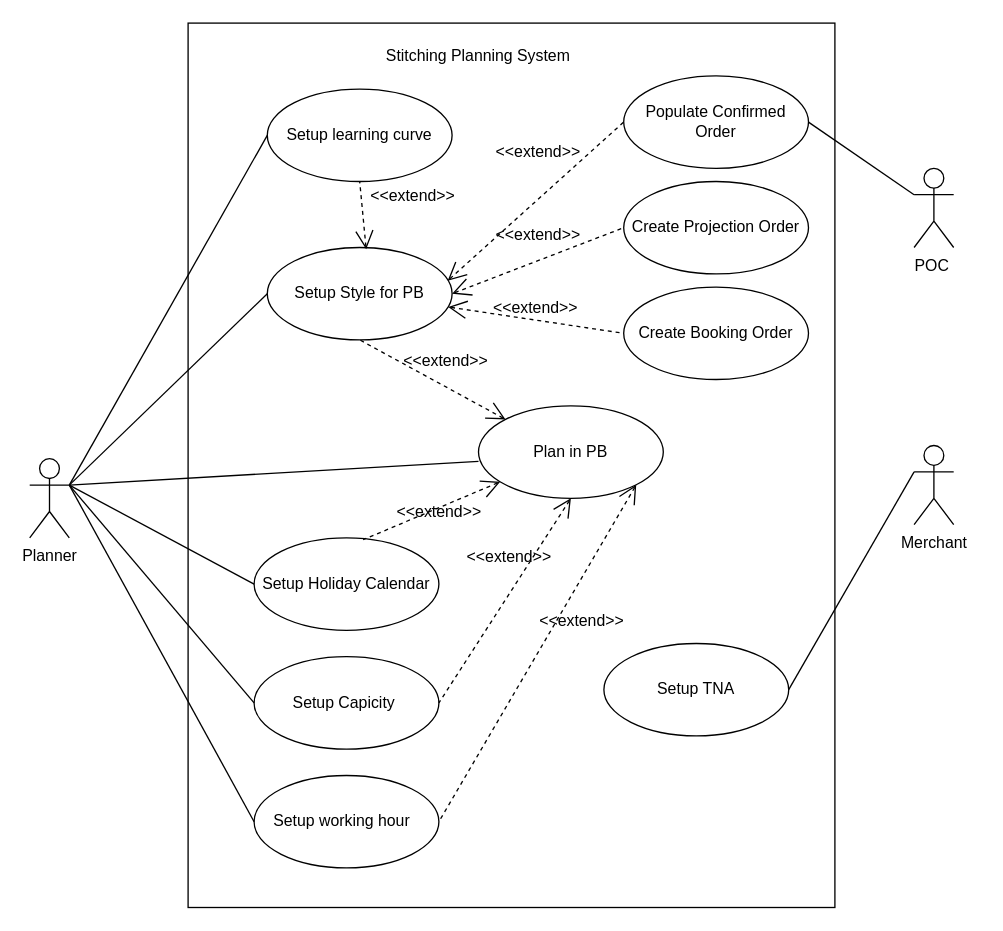
The draw.io diagram Docs/use case/Stitching Plainning Use Case.drawio in sadmanfatin/Stitching-planning-Project-Docs, before the edit. Source tidied: cells renumbered, new cells numbered last; positions are measured from the earlier drawing's top-left corner, leaving out a move shared by most shapes. Both pictures are drawn from the tidied source at 132%, with x=0, y=0 at pixel (29, 22).
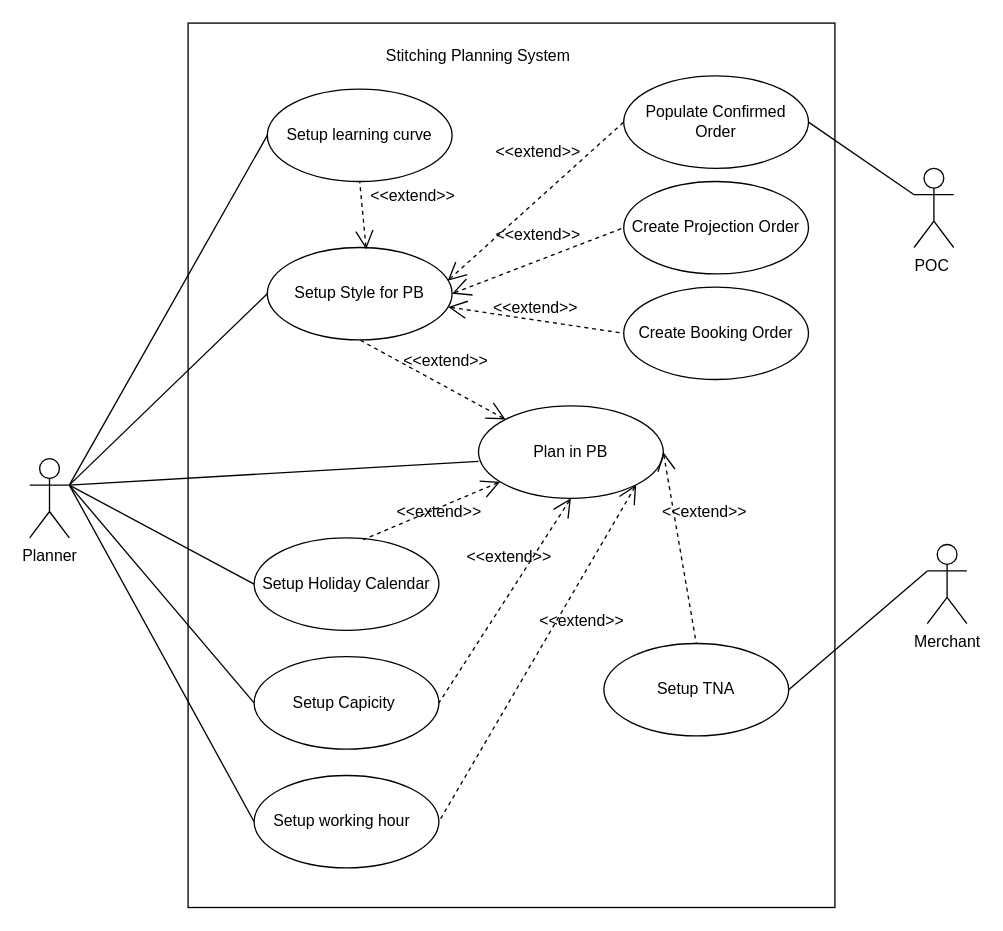
The same page after the edit.

The change refers to these unchanged cells:
```xml
<mxCell id="6" value="Plan in PB" style="ellipse;whiteSpace=wrap;html=1;fontSize=12;" parent="1" vertex="1">
  <mxGeometry x="340" y="290" width="140" height="70" as="geometry" />
</mxCell>
<mxCell id="14" value="Setup TNA" style="ellipse;whiteSpace=wrap;html=1;fontSize=12;" parent="1" vertex="1">
  <mxGeometry x="435" y="470" width="140" height="70" as="geometry" />
</mxCell>
```

Diff of the diagram source:
```diff
@@
     <mxCell id="3" value="Merchant" style="shape=umlActor;verticalLabelPosition=bottom;verticalAlign=top;html=1;outlineConnect=0;" parent="1" vertex="1">
-      <mxGeometry x="670" y="320" width="30" height="60" as="geometry" />
+      <mxGeometry x="680" y="395" width="30" height="60" as="geometry" />
     </mxCell>
@@
+    <mxCell id="33" value="&amp;lt;&amp;lt;extend&amp;gt;&amp;gt;" style="edgeStyle=none;html=1;startArrow=open;endArrow=none;startSize=12;verticalAlign=bottom;dashed=1;labelBackgroundColor=none;rounded=0;fontSize=12;entryX=0.5;entryY=0;entryDx=0;entryDy=0;exitX=1;exitY=0.5;exitDx=0;exitDy=0;" parent="1" edge="1" source="6" target="14">
+      <mxGeometry x="-0.2" y="21" relative="1" as="geometry" />
+    </mxCell>
```
